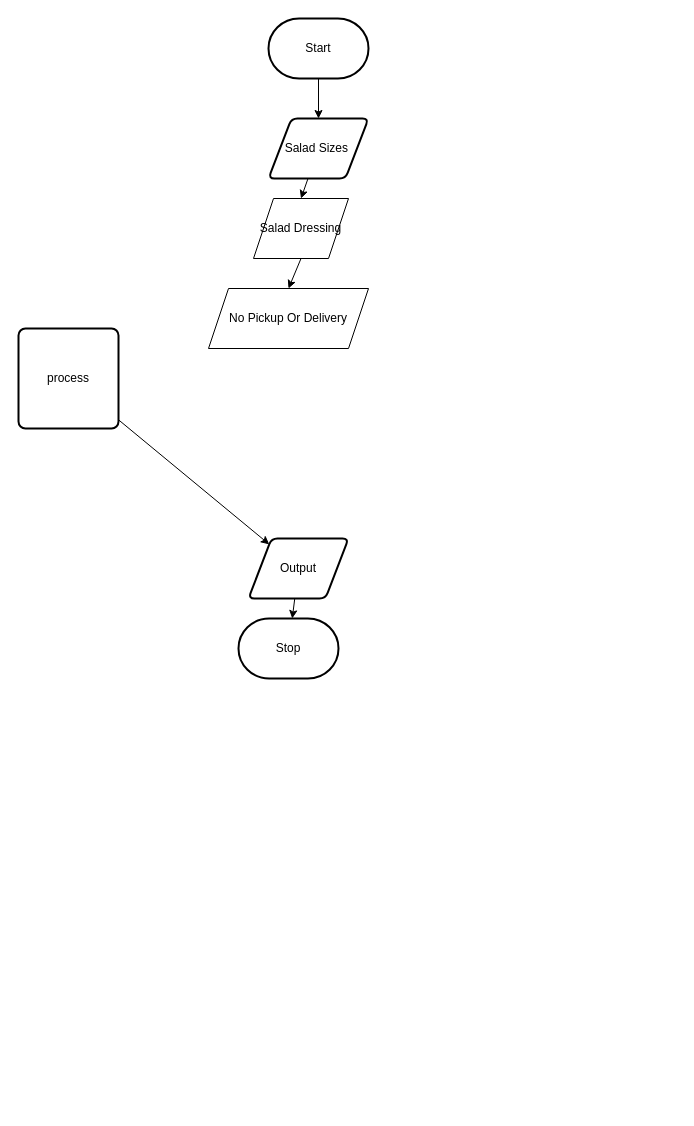
This is design/flow-chart.drawio from andre-deveau/ICS20-Assignment-4, a draw.io file, before an edit. Source tidied: cells renumbered, new cells numbered last; positions are measured from the earlier drawing's top-left corner, leaving out a move shared by most shapes. Both pictures are drawn from the tidied source at 100%, with x=0, y=0 at pixel (18, 18).
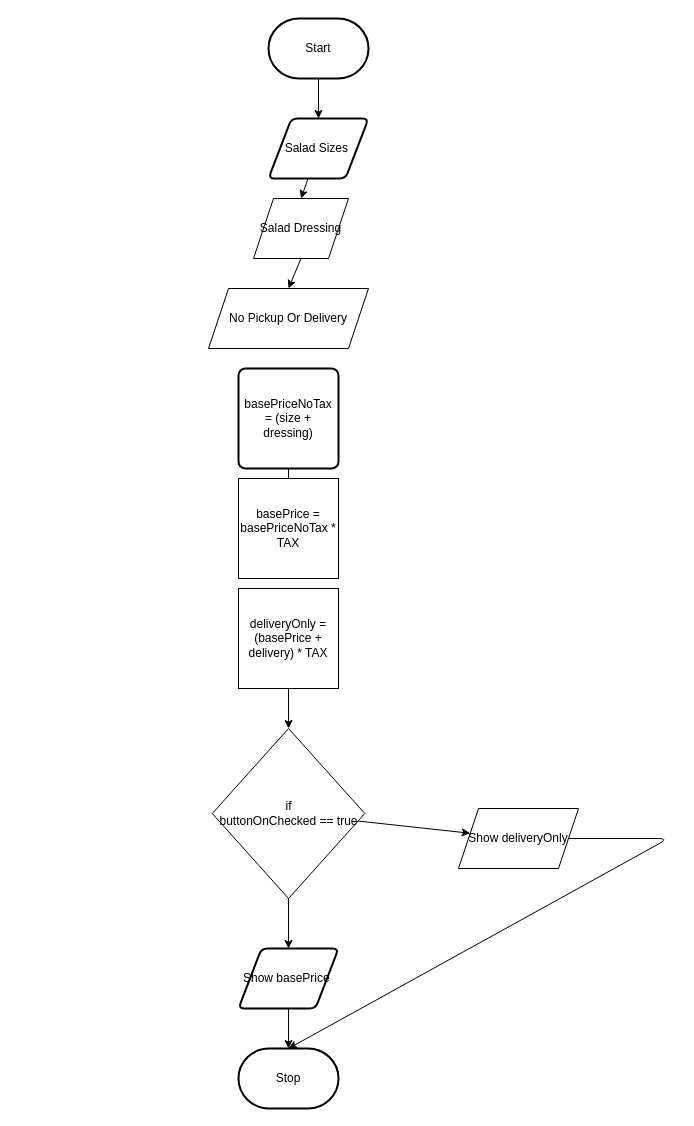
The same page after the edit.

What changed in the source:
```diff
@@
-    <mxCell id="6" style="edgeStyle=none;html=1;" parent="1" edge="1" source="7" target="9">
-      <mxGeometry relative="1" as="geometry" />
+    <mxCell id="6" style="edgeStyle=none;html=1;" parent="1" edge="1" source="7">
+      <mxGeometry relative="1" as="geometry">
+        <mxPoint x="270" y="480" as="targetPoint" />
+      </mxGeometry>
     </mxCell>
-    <mxCell id="7" value="process" style="rounded=1;whiteSpace=wrap;html=1;absoluteArcSize=1;arcSize=14;strokeWidth=2;" parent="1" vertex="1">
-      <mxGeometry y="310" width="100" height="100" as="geometry" />
+    <mxCell id="7" value="basePriceNoTax&lt;br&gt;= (size + dressing)" style="rounded=1;whiteSpace=wrap;html=1;absoluteArcSize=1;arcSize=14;strokeWidth=2;" parent="1" vertex="1">
+      <mxGeometry x="220" y="350" width="100" height="100" as="geometry" />
     </mxCell>
@@
-    <mxCell id="9" value="Output" style="shape=parallelogram;html=1;strokeWidth=2;perimeter=parallelogramPerimeter;whiteSpace=wrap;rounded=1;arcSize=12;size=0.23;" parent="1" vertex="1">
-      <mxGeometry x="230" y="520" width="100" height="60" as="geometry" />
+    <mxCell id="9" value="Show basePrice&amp;nbsp;" style="shape=parallelogram;html=1;strokeWidth=2;perimeter=parallelogramPerimeter;whiteSpace=wrap;rounded=1;arcSize=12;size=0.23;" parent="1" vertex="1">
+      <mxGeometry x="220" y="930" width="100" height="60" as="geometry" />
     </mxCell>
     <mxCell id="10" value="Stop" style="strokeWidth=2;html=1;shape=mxgraph.flowchart.terminator;whiteSpace=wrap;" parent="1" vertex="1">
-      <mxGeometry x="220" y="600" width="100" height="60" as="geometry" />
+      <mxGeometry x="220" y="1030" width="100" height="60" as="geometry" />
     </mxCell>
@@
+    <mxCell id="14" value="basePrice = basePriceNoTax * TAX" style="whiteSpace=wrap;html=1;" parent="1" vertex="1">
+      <mxGeometry x="220" y="460" width="100" height="100" as="geometry" />
+    </mxCell>
+    <mxCell id="15" style="edgeStyle=none;html=1;exitX=0.5;exitY=1;exitDx=0;exitDy=0;entryX=0.5;entryY=0;entryDx=0;entryDy=0;" parent="1" edge="1" source="16" target="19">
+      <mxGeometry relative="1" as="geometry" />
+    </mxCell>
+    <mxCell id="16" value="deliveryOnly = (basePrice + delivery) * TAX" style="whiteSpace=wrap;html=1;" parent="1" vertex="1">
+      <mxGeometry x="220" y="570" width="100" height="100" as="geometry" />
+    </mxCell>
+    <mxCell id="17" style="edgeStyle=none;html=1;entryX=0.5;entryY=0;entryDx=0;entryDy=0;" parent="1" edge="1" source="19" target="9">
+      <mxGeometry relative="1" as="geometry" />
+    </mxCell>
+    <mxCell id="18" style="edgeStyle=none;html=1;" parent="1" edge="1" source="19" target="21">
+      <mxGeometry relative="1" as="geometry" />
+    </mxCell>
+    <mxCell id="19" value="if&lt;br&gt;buttonOnChecked == true" style="rhombus;whiteSpace=wrap;html=1;" parent="1" vertex="1">
+      <mxGeometry x="193.8" y="710" width="152.5" height="170" as="geometry" />
+    </mxCell>
+    <mxCell id="20" style="edgeStyle=none;html=1;entryX=0.5;entryY=0;entryDx=0;entryDy=0;entryPerimeter=0;" parent="1" edge="1" source="21" target="10">
+      <mxGeometry relative="1" as="geometry">
+        <Array as="points">
+          <mxPoint x="650" y="820" />
+        </Array>
+      </mxGeometry>
+    </mxCell>
+    <mxCell id="21" value="Show&amp;nbsp;deliveryOnly" style="shape=parallelogram;perimeter=parallelogramPerimeter;whiteSpace=wrap;html=1;fixedSize=1;" parent="1" vertex="1">
+      <mxGeometry x="440" y="790" width="120" height="60" as="geometry" />
+    </mxCell>
```
